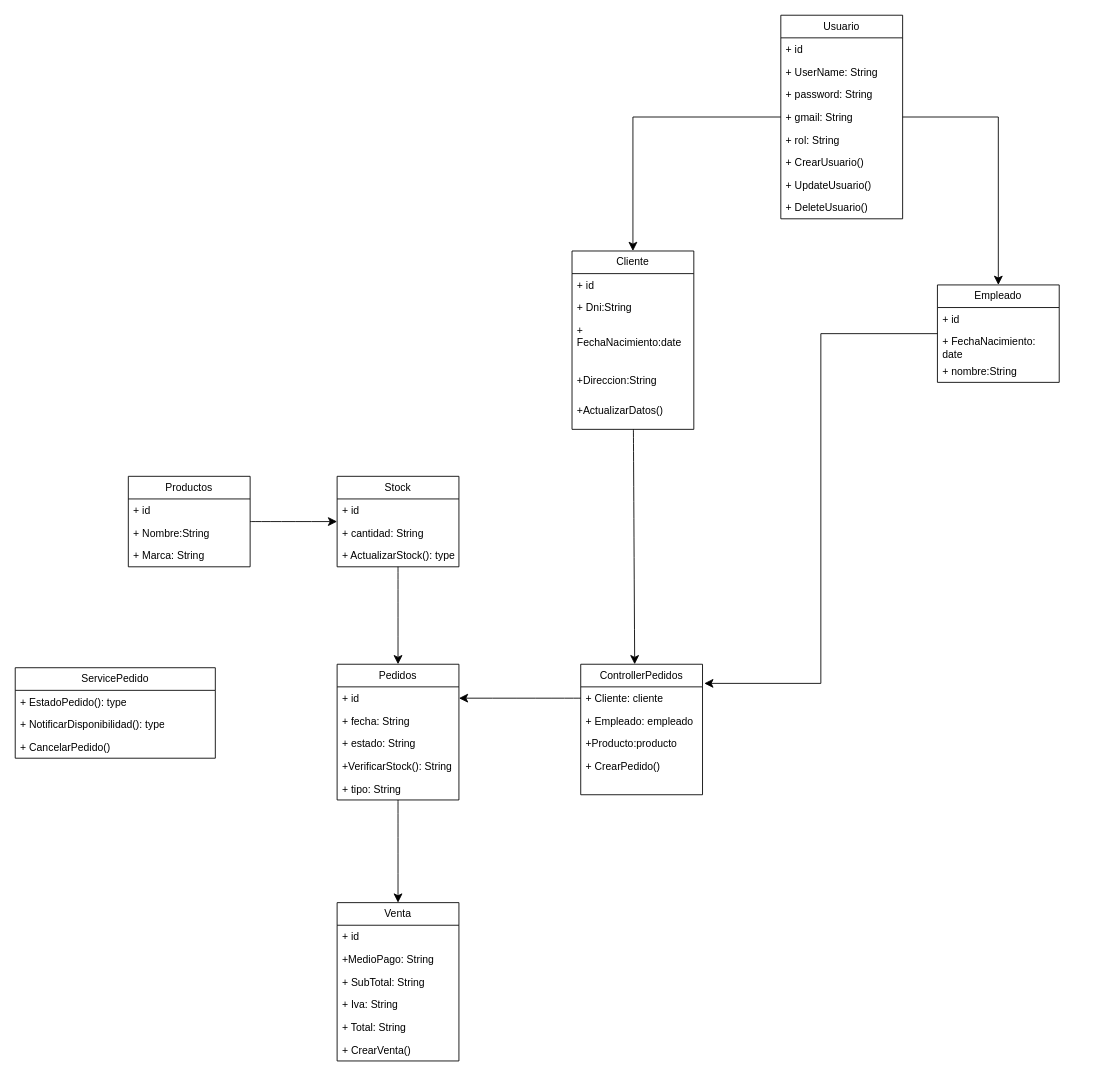
Above: page "DiagramaDeClase" (2 of 4) of presentacion.drawio in maurobanegas43/Presentacion (draw.io), before the change. Source tidied: cells renumbered, new cells numbered last; positions are measured from the earlier drawing's top-left corner, leaving out a move shared by most shapes. Both pictures are drawn from the tidied source at 87%, with x=0, y=0 at pixel (15, 15).
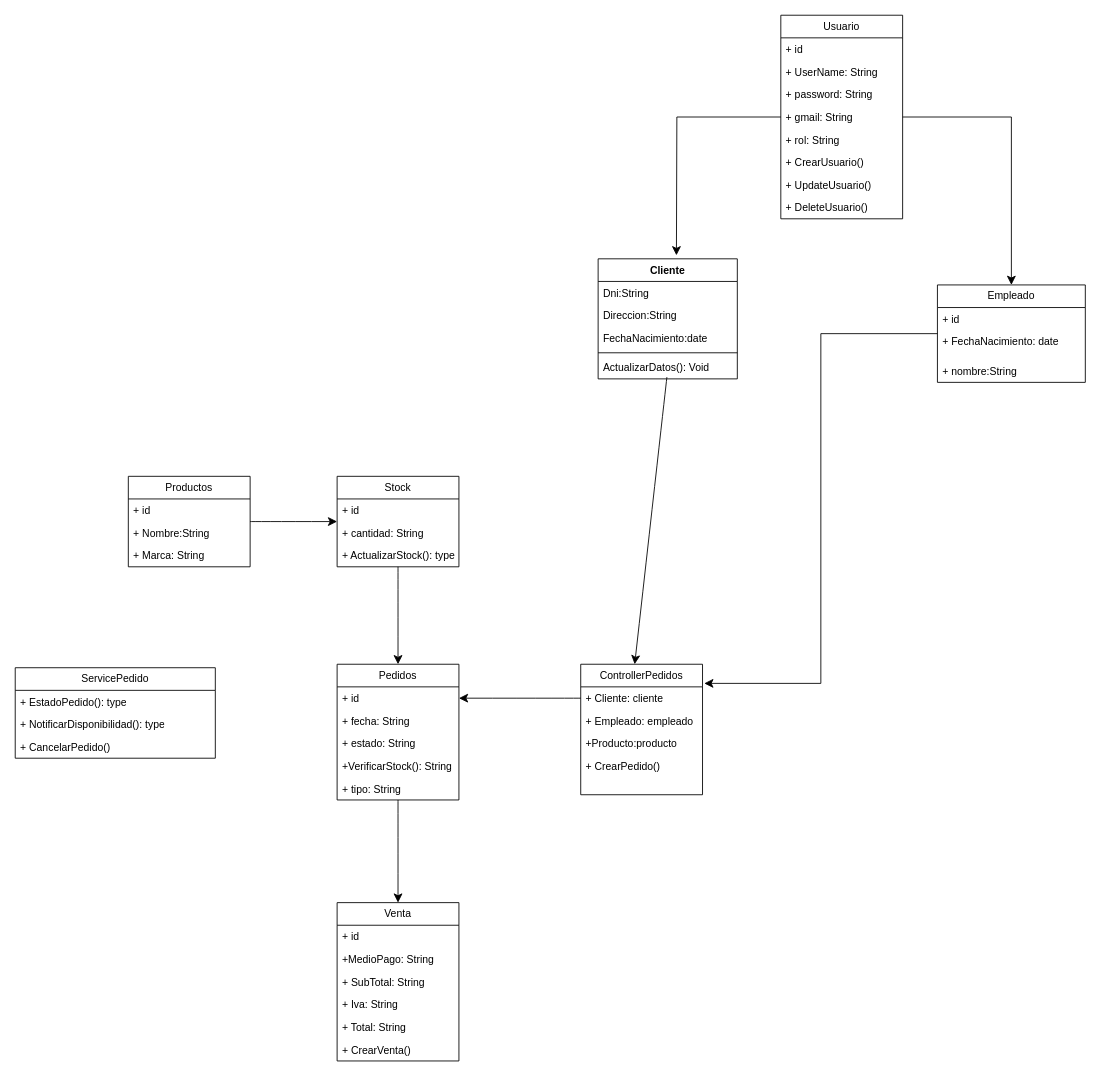
Above is the later version.

The change refers to these unchanged cells:
```xml
<mxCell id="4" value="Usuario" style="swimlane;fontStyle=0;horizontal=1;startSize=26;fillColor=none;whiteSpace=wrap;html=1;" parent="1" vertex="1">
  <mxGeometry x="880" width="140" height="234" as="geometry" />
</mxCell>
<mxCell id="38" value="ControllerPedidos" style="swimlane;fontStyle=0;horizontal=1;startSize=26;fillColor=none;whiteSpace=wrap;html=1;" parent="1" vertex="1">
  <mxGeometry x="650" y="746" width="140" height="150" as="geometry" />
</mxCell>
```

Diff of the diagram source:
```diff
@@
-    <mxCell id="3" style="edgeStyle=orthogonalEdgeStyle;rounded=0;jettySize=auto;html=1;entryX=0.5;entryY=0;entryDx=0;entryDy=0;fontSize=12;startSize=8;endSize=8;" parent="1" edge="1" source="4" target="25">
-      <mxGeometry relative="1" as="geometry" />
+    <mxCell id="3" style="edgeStyle=orthogonalEdgeStyle;rounded=0;jettySize=auto;html=1;entryX=0.5;entryY=0;entryDx=0;entryDy=0;fontSize=12;startSize=8;endSize=8;" parent="1" edge="1" source="4">
+      <mxGeometry relative="1" as="geometry">
+        <mxPoint x="760" y="276" as="targetPoint" />
+      </mxGeometry>
     </mxCell>
@@
     <mxCell id="14" value="Empleado" style="swimlane;fontStyle=0;horizontal=1;startSize=26;fillColor=none;whiteSpace=wrap;html=1;" parent="1" vertex="1">
-      <mxGeometry x="1060" y="310" width="140" height="112" as="geometry" />
+      <mxGeometry x="1060" y="310" width="170" height="112" as="geometry" />
     </mxCell>
     <mxCell id="15" value="+ id" style="text;strokeColor=none;fillColor=none;align=left;verticalAlign=top;spacingLeft=4;spacingRight=4;overflow=hidden;whiteSpace=wrap;html=1;" parent="14" vertex="1">
-      <mxGeometry y="26" width="140" height="26" as="geometry" />
+      <mxGeometry y="26" width="170" height="26" as="geometry" />
     </mxCell>
     <mxCell id="16" value="+ FechaNacimiento: date" style="text;strokeColor=none;fillColor=none;align=left;verticalAlign=top;spacingLeft=4;spacingRight=4;overflow=hidden;whiteSpace=wrap;html=1;" parent="14" vertex="1">
-      <mxGeometry y="52" width="140" height="34" as="geometry" />
+      <mxGeometry y="52" width="170" height="34" as="geometry" />
     </mxCell>
     <mxCell id="17" value="+ nombre:String&amp;nbsp;" style="text;strokeColor=none;fillColor=none;align=left;verticalAlign=top;spacingLeft=4;spacingRight=4;overflow=hidden;whiteSpace=wrap;html=1;" parent="14" vertex="1">
-      <mxGeometry y="86" width="140" height="26" as="geometry" />
+      <mxGeometry y="86" width="170" height="26" as="geometry" />
     </mxCell>
@@
-    <mxCell id="25" value="Cliente" style="swimlane;fontStyle=0;horizontal=1;startSize=26;fillColor=none;whiteSpace=wrap;html=1;" parent="1" vertex="1">
-      <mxGeometry x="640" y="271" width="140" height="205" as="geometry" />
-    </mxCell>
-    <mxCell id="26" value="+ id" style="text;strokeColor=none;fillColor=none;align=left;verticalAlign=top;spacingLeft=4;spacingRight=4;overflow=hidden;whiteSpace=wrap;html=1;" parent="25" vertex="1">
-      <mxGeometry y="26" width="140" height="26" as="geometry" />
-    </mxCell>
-    <mxCell id="27" value="+ Dni:String" style="text;strokeColor=none;fillColor=none;align=left;verticalAlign=top;spacingLeft=4;spacingRight=4;overflow=hidden;whiteSpace=wrap;html=1;" parent="25" vertex="1">
-      <mxGeometry y="52" width="140" height="26" as="geometry" />
-    </mxCell>
-    <mxCell id="28" value="+ FechaNacimiento:date" style="text;strokeColor=none;fillColor=none;align=left;verticalAlign=top;spacingLeft=4;spacingRight=4;overflow=hidden;whiteSpace=wrap;html=1;" parent="25" vertex="1">
-      <mxGeometry y="78" width="140" height="57" as="geometry" />
-    </mxCell>
-    <mxCell id="29" value="+Direccion:String" style="text;strokeColor=none;fillColor=none;align=left;verticalAlign=top;spacingLeft=4;spacingRight=4;overflow=hidden;whiteSpace=wrap;html=1;" parent="25" vertex="1">
-      <mxGeometry y="135" width="140" height="35" as="geometry" />
-    </mxCell>
-    <mxCell id="30" value="+ActualizarDatos()" style="text;strokeColor=none;fillColor=none;align=left;verticalAlign=top;spacingLeft=4;spacingRight=4;overflow=hidden;whiteSpace=wrap;html=1;" parent="25" vertex="1">
-      <mxGeometry y="170" width="140" height="35" as="geometry" />
-    </mxCell>
@@
-    <mxCell id="56" style="edgeStyle=none;curved=1;rounded=0;jettySize=auto;html=1;entryX=0.443;entryY=0;entryDx=0;entryDy=0;entryPerimeter=0;fontSize=12;startSize=8;endSize=8;" parent="1" edge="1" source="25" target="38">
+    <mxCell id="56" style="edgeStyle=none;curved=1;rounded=0;jettySize=auto;html=1;entryX=0.443;entryY=0;entryDx=0;entryDy=0;entryPerimeter=0;fontSize=12;startSize=8;endSize=8;exitX=0.494;exitY=0.923;exitDx=0;exitDy=0;exitPerimeter=0;" parent="1" edge="1" source="63" target="38">
       <mxGeometry relative="1" as="geometry" />
     </mxCell>
@@
+    <mxCell id="25" value="Cliente" style="swimlane;fontStyle=1;align=center;verticalAlign=top;horizontal=1;startSize=26;whiteSpace=wrap;html=1;" parent="1" vertex="1">
+      <mxGeometry x="670" y="280" width="160" height="138" as="geometry" />
+    </mxCell>
+    <mxCell id="59" value="Dni:String" style="text;strokeColor=none;fillColor=none;align=left;verticalAlign=top;spacingLeft=4;spacingRight=4;overflow=hidden;whiteSpace=wrap;html=1;" parent="25" vertex="1">
+      <mxGeometry y="26" width="160" height="26" as="geometry" />
+    </mxCell>
+    <mxCell id="60" value="Direccion:String" style="text;strokeColor=none;fillColor=none;align=left;verticalAlign=top;spacingLeft=4;spacingRight=4;overflow=hidden;whiteSpace=wrap;html=1;" parent="25" vertex="1">
+      <mxGeometry y="52" width="160" height="26" as="geometry" />
+    </mxCell>
+    <mxCell id="61" value="FechaNacimiento:date" style="text;strokeColor=none;fillColor=none;align=left;verticalAlign=top;spacingLeft=4;spacingRight=4;overflow=hidden;whiteSpace=wrap;html=1;" parent="25" vertex="1">
+      <mxGeometry y="78" width="160" height="26" as="geometry" />
+    </mxCell>
+    <mxCell id="62" style="line;strokeWidth=1;fillColor=none;align=left;verticalAlign=middle;spacingTop=-1;spacingLeft=3;spacingRight=3;labelPosition=right;strokeColor=inherit;" parent="25" vertex="1">
+      <mxGeometry y="104" width="160" height="8" as="geometry" />
+    </mxCell>
+    <mxCell id="63" value="ActualizarDatos(): Void" style="text;strokeColor=none;fillColor=none;align=left;verticalAlign=top;spacingLeft=4;spacingRight=4;overflow=hidden;points=[[0,0.5],[1,0.5]];portConstraint=eastwest;whiteSpace=wrap;html=1;" parent="25" vertex="1">
+      <mxGeometry y="112" width="160" height="26" as="geometry" />
+    </mxCell>
```
